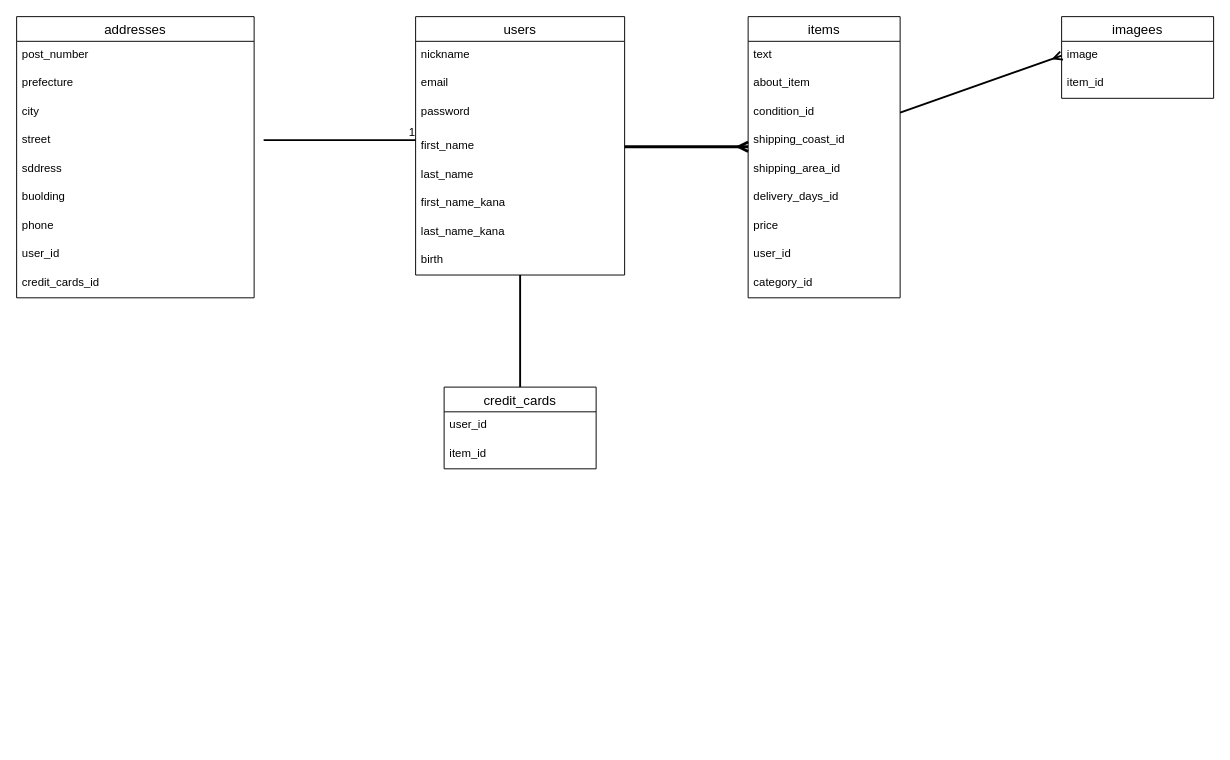
hugele/furima-3798 keeps this draw.io diagram as app/views/test.dio. Above is the earlier version. Source tidied: cells renumbered, new cells numbered last; positions are measured from the earlier drawing's top-left corner, leaving out a move shared by most shapes. Both pictures are drawn from the tidied source at 95%, with x=0, y=0 at pixel (16, 16).
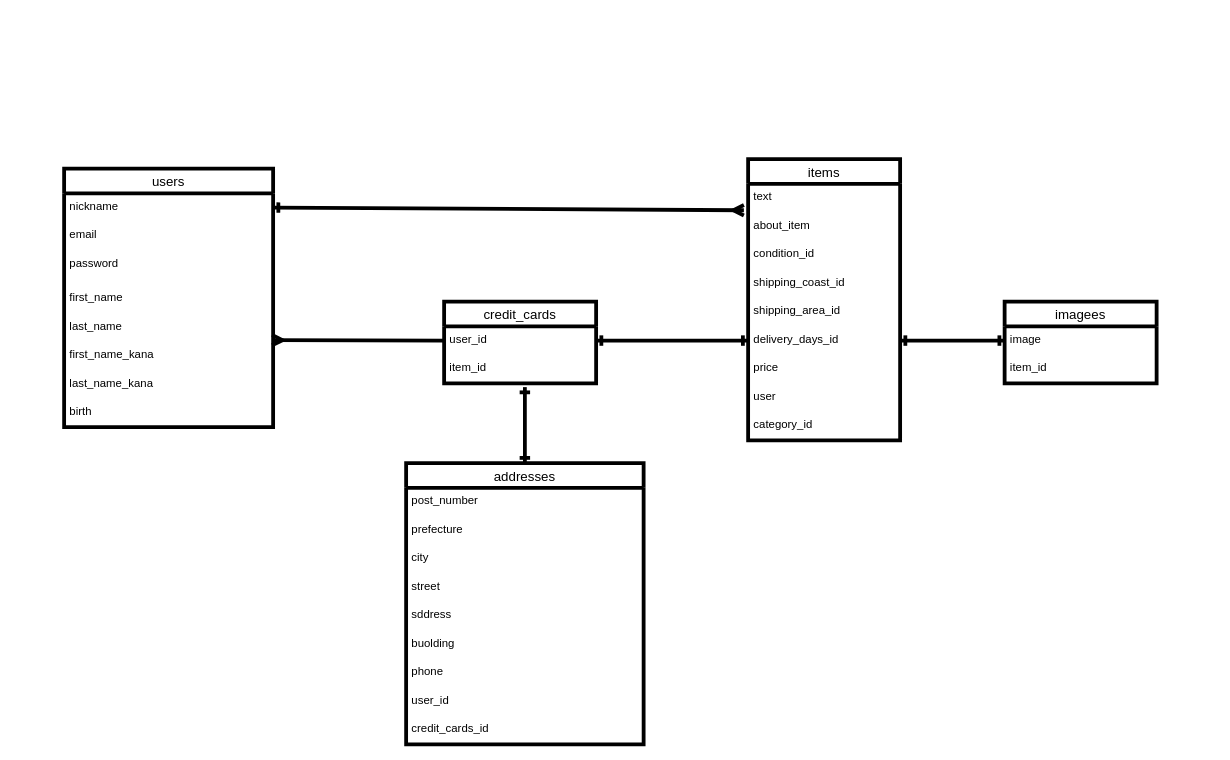
The same diagram, later.

Commit message (it also covers changes not shown here):
データベースの修正

The edit, as a diff of the source:
```diff
@@
+    <mxCell id="42" style="edgeStyle=none;html=1;exitX=0.5;exitY=0;exitDx=0;exitDy=0;endArrow=ERone;endFill=0;startArrow=ERone;startFill=0;strokeWidth=4;" parent="1" edge="1" source="2">
+      <mxGeometry relative="1" as="geometry">
+        <mxPoint x="535" y="390" as="targetPoint" />
+      </mxGeometry>
+    </mxCell>
-    <mxCell id="2" value="addresses" style="swimlane;fontStyle=0;horizontal=1;startSize=26;align=center;fontSize=14;" parent="1" vertex="1">
-      <mxGeometry width="250" height="296" as="geometry" />
+    <mxCell id="2" value="addresses" style="swimlane;fontStyle=0;horizontal=1;startSize=26;align=center;fontSize=14;strokeWidth=4;" parent="1" vertex="1">
+      <mxGeometry x="410" y="470" width="250" height="296" as="geometry" />
     </mxCell>
-    <mxCell id="3" value="post_number" style="text;strokeColor=none;fillColor=none;spacingLeft=4;spacingRight=4;overflow=hidden;fontSize=12;" parent="2" vertex="1">
+    <mxCell id="3" value="post_number" style="text;strokeColor=none;fillColor=none;spacingLeft=4;spacingRight=4;overflow=hidden;fontSize=12;strokeWidth=4;" parent="2" vertex="1">
       <mxGeometry y="26" width="250" height="30" as="geometry" />
     </mxCell>
-    <mxCell id="4" value="prefecture" style="text;strokeColor=none;fillColor=none;spacingLeft=4;spacingRight=4;overflow=hidden;fontSize=12;" parent="2" vertex="1">
+    <mxCell id="4" value="prefecture" style="text;strokeColor=none;fillColor=none;spacingLeft=4;spacingRight=4;overflow=hidden;fontSize=12;strokeWidth=4;" parent="2" vertex="1">
       <mxGeometry y="56" width="250" height="30" as="geometry" />
     </mxCell>
-    <mxCell id="5" value="city" style="text;strokeColor=none;fillColor=none;spacingLeft=4;spacingRight=4;overflow=hidden;fontSize=12;" parent="2" vertex="1">
+    <mxCell id="5" value="city" style="text;strokeColor=none;fillColor=none;spacingLeft=4;spacingRight=4;overflow=hidden;fontSize=12;strokeWidth=4;" parent="2" vertex="1">
       <mxGeometry y="86" width="250" height="30" as="geometry" />
     </mxCell>
-    <mxCell id="6" value="street" style="text;strokeColor=none;fillColor=none;spacingLeft=4;spacingRight=4;overflow=hidden;fontSize=12;" parent="2" vertex="1">
+    <mxCell id="6" value="street" style="text;strokeColor=none;fillColor=none;spacingLeft=4;spacingRight=4;overflow=hidden;fontSize=12;strokeWidth=4;" parent="2" vertex="1">
       <mxGeometry y="116" width="250" height="30" as="geometry" />
     </mxCell>
-    <mxCell id="7" value="sddress" style="text;strokeColor=none;fillColor=none;spacingLeft=4;spacingRight=4;overflow=hidden;fontSize=12;" parent="2" vertex="1">
+    <mxCell id="7" value="sddress" style="text;strokeColor=none;fillColor=none;spacingLeft=4;spacingRight=4;overflow=hidden;fontSize=12;strokeWidth=4;" parent="2" vertex="1">
       <mxGeometry y="146" width="250" height="30" as="geometry" />
     </mxCell>
-    <mxCell id="8" value="buolding" style="text;strokeColor=none;fillColor=none;spacingLeft=4;spacingRight=4;overflow=hidden;fontSize=12;" parent="2" vertex="1">
+    <mxCell id="8" value="buolding" style="text;strokeColor=none;fillColor=none;spacingLeft=4;spacingRight=4;overflow=hidden;fontSize=12;strokeWidth=4;" parent="2" vertex="1">
       <mxGeometry y="176" width="250" height="30" as="geometry" />
     </mxCell>
-    <mxCell id="9" value="phone" style="text;strokeColor=none;fillColor=none;spacingLeft=4;spacingRight=4;overflow=hidden;fontSize=12;" parent="2" vertex="1">
+    <mxCell id="9" value="phone" style="text;strokeColor=none;fillColor=none;spacingLeft=4;spacingRight=4;overflow=hidden;fontSize=12;strokeWidth=4;" parent="2" vertex="1">
       <mxGeometry y="206" width="250" height="30" as="geometry" />
     </mxCell>
-    <mxCell id="10" value="user_id" style="text;strokeColor=none;fillColor=none;spacingLeft=4;spacingRight=4;overflow=hidden;fontSize=12;" parent="2" vertex="1">
+    <mxCell id="10" value="user_id" style="text;strokeColor=none;fillColor=none;spacingLeft=4;spacingRight=4;overflow=hidden;fontSize=12;strokeWidth=4;" parent="2" vertex="1">
       <mxGeometry y="236" width="250" height="30" as="geometry" />
     </mxCell>
-    <mxCell id="11" value="credit_cards_id " style="text;strokeColor=none;fillColor=none;spacingLeft=4;spacingRight=4;overflow=hidden;fontSize=12;" parent="2" vertex="1">
+    <mxCell id="11" value="credit_cards_id " style="text;strokeColor=none;fillColor=none;spacingLeft=4;spacingRight=4;overflow=hidden;fontSize=12;strokeWidth=4;" parent="2" vertex="1">
       <mxGeometry y="266" width="250" height="30" as="geometry" />
     </mxCell>
-    <mxCell id="12" value="users" style="swimlane;fontStyle=0;horizontal=1;startSize=26;align=center;fontSize=14;" parent="1" vertex="1">
-      <mxGeometry x="420" width="220" height="272" as="geometry" />
+    <mxCell id="12" value="users" style="swimlane;fontStyle=0;horizontal=1;startSize=26;align=center;fontSize=14;strokeWidth=4;" parent="1" vertex="1">
+      <mxGeometry x="50" y="160" width="220" height="272" as="geometry" />
     </mxCell>
-    <mxCell id="13" value="nickname" style="text;strokeColor=none;fillColor=none;spacingLeft=4;spacingRight=4;overflow=hidden;points=[[0,0.5],[1,0.5]];portConstraint=eastwest;fontSize=12;" parent="12" vertex="1">
+    <mxCell id="13" value="nickname" style="text;strokeColor=none;fillColor=none;spacingLeft=4;spacingRight=4;overflow=hidden;points=[[0,0.5],[1,0.5]];portConstraint=eastwest;fontSize=12;strokeWidth=4;" parent="12" vertex="1">
       <mxGeometry y="26" width="220" height="30" as="geometry" />
     </mxCell>
-    <mxCell id="14" value="email" style="text;strokeColor=none;fillColor=none;spacingLeft=4;spacingRight=4;overflow=hidden;fontSize=12;" parent="12" vertex="1">
+    <mxCell id="14" value="email" style="text;strokeColor=none;fillColor=none;spacingLeft=4;spacingRight=4;overflow=hidden;fontSize=12;strokeWidth=4;" parent="12" vertex="1">
       <mxGeometry y="56" width="220" height="30" as="geometry" />
     </mxCell>
-    <mxCell id="15" value="password" style="text;strokeColor=none;fillColor=none;spacingLeft=4;spacingRight=4;overflow=hidden;fontSize=12;" parent="12" vertex="1">
+    <mxCell id="15" value="password" style="text;strokeColor=none;fillColor=none;spacingLeft=4;spacingRight=4;overflow=hidden;fontSize=12;strokeWidth=4;" parent="12" vertex="1">
       <mxGeometry y="86" width="220" height="36" as="geometry" />
     </mxCell>
-    <mxCell id="16" value="first_name" style="text;strokeColor=none;fillColor=none;spacingLeft=4;spacingRight=4;overflow=hidden;points=[[0,0.5],[1,0.5]];portConstraint=eastwest;fontSize=12;" parent="12" vertex="1">
+    <mxCell id="16" value="first_name" style="text;strokeColor=none;fillColor=none;spacingLeft=4;spacingRight=4;overflow=hidden;points=[[0,0.5],[1,0.5]];portConstraint=eastwest;fontSize=12;strokeWidth=4;" parent="12" vertex="1">
       <mxGeometry y="122" width="220" height="30" as="geometry" />
     </mxCell>
-    <mxCell id="17" value="last_name" style="text;strokeColor=none;fillColor=none;spacingLeft=4;spacingRight=4;overflow=hidden;fontSize=12;" parent="12" vertex="1">
+    <mxCell id="17" value="last_name" style="text;strokeColor=none;fillColor=none;spacingLeft=4;spacingRight=4;overflow=hidden;fontSize=12;strokeWidth=4;" parent="12" vertex="1">
       <mxGeometry y="152" width="220" height="30" as="geometry" />
     </mxCell>
-    <mxCell id="18" value="first_name_kana" style="text;strokeColor=none;fillColor=none;spacingLeft=4;spacingRight=4;overflow=hidden;points=[[0,0.5],[1,0.5]];portConstraint=eastwest;fontSize=12;" parent="12" vertex="1">
+    <mxCell id="18" value="first_name_kana" style="text;strokeColor=none;fillColor=none;spacingLeft=4;spacingRight=4;overflow=hidden;points=[[0,0.5],[1,0.5]];portConstraint=eastwest;fontSize=12;strokeWidth=4;" parent="12" vertex="1">
       <mxGeometry y="182" width="220" height="30" as="geometry" />
     </mxCell>
-    <mxCell id="19" value="last_name_kana" style="text;strokeColor=none;fillColor=none;spacingLeft=4;spacingRight=4;overflow=hidden;fontSize=12;" parent="12" vertex="1">
+    <mxCell id="19" value="last_name_kana" style="text;strokeColor=none;fillColor=none;spacingLeft=4;spacingRight=4;overflow=hidden;fontSize=12;strokeWidth=4;" parent="12" vertex="1">
       <mxGeometry y="212" width="220" height="30" as="geometry" />
     </mxCell>
-    <mxCell id="20" value="birth" style="text;strokeColor=none;fillColor=none;spacingLeft=4;spacingRight=4;overflow=hidden;points=[[0,0.5],[1,0.5]];portConstraint=eastwest;fontSize=12;" parent="12" vertex="1">
+    <mxCell id="20" value="birth" style="text;strokeColor=none;fillColor=none;spacingLeft=4;spacingRight=4;overflow=hidden;points=[[0,0.5],[1,0.5]];portConstraint=eastwest;fontSize=12;strokeWidth=4;" parent="12" vertex="1">
       <mxGeometry y="242" width="220" height="30" as="geometry" />
     </mxCell>
-    <mxCell id="21" value="items" style="swimlane;fontStyle=0;horizontal=1;startSize=26;align=center;fontSize=14;" parent="1" vertex="1">
-      <mxGeometry x="770" width="160" height="296" as="geometry" />
+    <mxCell id="21" value="items" style="swimlane;fontStyle=0;horizontal=1;startSize=26;align=center;fontSize=14;strokeWidth=4;" parent="1" vertex="1">
+      <mxGeometry x="770" y="150" width="160" height="296" as="geometry" />
     </mxCell>
-    <mxCell id="22" value="text" style="text;strokeColor=none;fillColor=none;spacingLeft=4;spacingRight=4;overflow=hidden;points=[[0,0.5],[1,0.5]];portConstraint=eastwest;fontSize=12;" parent="21" vertex="1">
+    <mxCell id="22" value="text" style="text;strokeColor=none;fillColor=none;spacingLeft=4;spacingRight=4;overflow=hidden;points=[[0,0.5],[1,0.5]];portConstraint=eastwest;fontSize=12;strokeWidth=4;" parent="21" vertex="1">
       <mxGeometry y="26" width="160" height="30" as="geometry" />
     </mxCell>
-    <mxCell id="23" value="about_item" style="text;strokeColor=none;fillColor=none;spacingLeft=4;spacingRight=4;overflow=hidden;fontSize=12;" parent="21" vertex="1">
+    <mxCell id="23" value="about_item" style="text;strokeColor=none;fillColor=none;spacingLeft=4;spacingRight=4;overflow=hidden;fontSize=12;strokeWidth=4;" parent="21" vertex="1">
       <mxGeometry y="56" width="160" height="30" as="geometry" />
     </mxCell>
-    <mxCell id="24" value="condition_id" style="text;strokeColor=none;fillColor=none;spacingLeft=4;spacingRight=4;overflow=hidden;points=[[0,0.5],[1,0.5]];portConstraint=eastwest;fontSize=12;" parent="21" vertex="1">
+    <mxCell id="24" value="condition_id" style="text;strokeColor=none;fillColor=none;spacingLeft=4;spacingRight=4;overflow=hidden;points=[[0,0.5],[1,0.5]];portConstraint=eastwest;fontSize=12;strokeWidth=4;" parent="21" vertex="1">
       <mxGeometry y="86" width="160" height="30" as="geometry" />
     </mxCell>
-    <mxCell id="25" value="shipping_coast_id" style="text;strokeColor=none;fillColor=none;spacingLeft=4;spacingRight=4;overflow=hidden;points=[[0,0.5],[1,0.5]];portConstraint=eastwest;fontSize=12;" parent="21" vertex="1">
+    <mxCell id="25" value="shipping_coast_id" style="text;strokeColor=none;fillColor=none;spacingLeft=4;spacingRight=4;overflow=hidden;points=[[0,0.5],[1,0.5]];portConstraint=eastwest;fontSize=12;strokeWidth=4;" parent="21" vertex="1">
       <mxGeometry y="116" width="160" height="30" as="geometry" />
     </mxCell>
-    <mxCell id="26" value="shipping_area_id" style="text;strokeColor=none;fillColor=none;spacingLeft=4;spacingRight=4;overflow=hidden;fontSize=12;" parent="21" vertex="1">
+    <mxCell id="26" value="shipping_area_id" style="text;strokeColor=none;fillColor=none;spacingLeft=4;spacingRight=4;overflow=hidden;fontSize=12;strokeWidth=4;" parent="21" vertex="1">
       <mxGeometry y="146" width="160" height="30" as="geometry" />
     </mxCell>
-    <mxCell id="27" value="delivery_days_id" style="text;strokeColor=none;fillColor=none;spacingLeft=4;spacingRight=4;overflow=hidden;points=[[0,0.5],[1,0.5]];portConstraint=eastwest;fontSize=12;" parent="21" vertex="1">
+    <mxCell id="27" value="delivery_days_id" style="text;strokeColor=none;fillColor=none;spacingLeft=4;spacingRight=4;overflow=hidden;points=[[0,0.5],[1,0.5]];portConstraint=eastwest;fontSize=12;strokeWidth=4;" parent="21" vertex="1">
       <mxGeometry y="176" width="160" height="30" as="geometry" />
     </mxCell>
-    <mxCell id="28" value="price" style="text;strokeColor=none;fillColor=none;spacingLeft=4;spacingRight=4;overflow=hidden;fontSize=12;" parent="21" vertex="1">
+    <mxCell id="28" value="price" style="text;strokeColor=none;fillColor=none;spacingLeft=4;spacingRight=4;overflow=hidden;fontSize=12;strokeWidth=4;" parent="21" vertex="1">
       <mxGeometry y="206" width="160" height="30" as="geometry" />
     </mxCell>
-    <mxCell id="29" value="user_id" style="text;strokeColor=none;fillColor=none;spacingLeft=4;spacingRight=4;overflow=hidden;fontSize=12;" parent="21" vertex="1">
+    <mxCell id="29" value="user" style="text;strokeColor=none;fillColor=none;spacingLeft=4;spacingRight=4;overflow=hidden;fontSize=12;strokeWidth=4;" parent="21" vertex="1">
       <mxGeometry y="236" width="160" height="30" as="geometry" />
     </mxCell>
-    <mxCell id="30" value="category_id" style="text;strokeColor=none;fillColor=none;spacingLeft=4;spacingRight=4;overflow=hidden;fontSize=12;" parent="21" vertex="1">
+    <mxCell id="30" value="category_id" style="text;strokeColor=none;fillColor=none;spacingLeft=4;spacingRight=4;overflow=hidden;fontSize=12;strokeWidth=4;" parent="21" vertex="1">
       <mxGeometry y="266" width="160" height="30" as="geometry" />
     </mxCell>
-    <mxCell id="31" style="edgeStyle=none;html=1;endArrow=none;endFill=0;strokeWidth=2;" parent="1" edge="1" source="32" target="20">
-      <mxGeometry relative="1" as="geometry" />
-    </mxCell>
-    <mxCell id="32" value="credit_cards" style="swimlane;fontStyle=0;horizontal=1;startSize=26;align=center;fontSize=14;" parent="1" vertex="1">
-      <mxGeometry x="450" y="390" width="160" height="86" as="geometry" />
+    <mxCell id="32" value="credit_cards" style="swimlane;fontStyle=0;horizontal=1;startSize=26;align=center;fontSize=14;strokeWidth=4;" parent="1" vertex="1">
+      <mxGeometry x="450" y="300" width="160" height="86" as="geometry" />
     </mxCell>
-    <mxCell id="33" value="user_id" style="text;strokeColor=none;fillColor=none;spacingLeft=4;spacingRight=4;overflow=hidden;points=[[0,0.5],[1,0.5]];portConstraint=eastwest;fontSize=12;" parent="32" vertex="1">
+    <mxCell id="33" value="user_id" style="text;strokeColor=none;fillColor=none;spacingLeft=4;spacingRight=4;overflow=hidden;points=[[0,0.5],[1,0.5]];portConstraint=eastwest;fontSize=12;strokeWidth=4;" parent="32" vertex="1">
       <mxGeometry y="26" width="160" height="30" as="geometry" />
     </mxCell>
-    <mxCell id="34" value="item_id" style="text;strokeColor=none;fillColor=none;spacingLeft=4;spacingRight=4;overflow=hidden;fontSize=12;" parent="32" vertex="1">
+    <mxCell id="34" value="item_id" style="text;strokeColor=none;fillColor=none;spacingLeft=4;spacingRight=4;overflow=hidden;fontSize=12;strokeWidth=4;" parent="32" vertex="1">
       <mxGeometry y="56" width="160" height="30" as="geometry" />
     </mxCell>
-    <mxCell id="35" value="imagees" style="swimlane;fontStyle=0;horizontal=1;startSize=26;align=center;fontSize=14;" parent="1" vertex="1">
-      <mxGeometry x="1100" width="160" height="86" as="geometry" />
+    <mxCell id="35" value="imagees" style="swimlane;fontStyle=0;horizontal=1;startSize=26;align=center;fontSize=14;strokeWidth=4;" parent="1" vertex="1">
+      <mxGeometry x="1040" y="300" width="160" height="86" as="geometry" />
     </mxCell>
-    <mxCell id="36" value="image" style="text;strokeColor=none;fillColor=none;spacingLeft=4;spacingRight=4;overflow=hidden;points=[[0,0.5],[1,0.5]];portConstraint=eastwest;fontSize=12;" parent="35" vertex="1">
+    <mxCell id="36" value="image" style="text;strokeColor=none;fillColor=none;spacingLeft=4;spacingRight=4;overflow=hidden;points=[[0,0.5],[1,0.5]];portConstraint=eastwest;fontSize=12;strokeWidth=4;" parent="35" vertex="1">
       <mxGeometry y="26" width="160" height="30" as="geometry" />
     </mxCell>
-    <mxCell id="37" value="item_id" style="text;strokeColor=none;fillColor=none;spacingLeft=4;spacingRight=4;overflow=hidden;fontSize=12;" parent="35" vertex="1">
+    <mxCell id="37" value="item_id" style="text;strokeColor=none;fillColor=none;spacingLeft=4;spacingRight=4;overflow=hidden;fontSize=12;strokeWidth=4;" parent="35" vertex="1">
       <mxGeometry y="56" width="160" height="30" as="geometry" />
     </mxCell>
-    <mxCell id="38" style="edgeStyle=none;html=1;exitX=1;exitY=0.5;exitDx=0;exitDy=0;entryX=0;entryY=0.7;entryDx=0;entryDy=0;entryPerimeter=0;endArrow=ERmany;endFill=0;strokeWidth=3;" parent="1" edge="1" source="16" target="25">
-      <mxGeometry relative="1" as="geometry" />
-    </mxCell>
-    <mxCell id="39" style="endArrow=none;html=1;rounded=0;strokeWidth=2;" parent="1" edge="1">
-      <mxGeometry relative="1" as="geometry">
-        <mxPoint x="260" y="130" as="sourcePoint" />
-        <mxPoint x="420" y="130" as="targetPoint" />
-      </mxGeometry>
-    </mxCell>
-    <mxCell id="40" value="1" style="html=1;align=right;verticalAlign=bottom;" parent="39" vertex="1">
-      <mxGeometry x="1" relative="1" as="geometry" />
-    </mxCell>
-    <mxCell id="41" style="edgeStyle=none;html=1;exitX=1;exitY=0.5;exitDx=0;exitDy=0;entryX=0;entryY=0.5;entryDx=0;entryDy=0;endArrow=ERmany;endFill=0;strokeWidth=2;" parent="1" edge="1" source="24" target="36">
-      <mxGeometry relative="1" as="geometry" />
-    </mxCell>
+    <mxCell id="43" style="edgeStyle=none;html=1;exitX=1;exitY=0.5;exitDx=0;exitDy=0;entryX=-0.028;entryY=0.928;entryDx=0;entryDy=0;entryPerimeter=0;endArrow=ERmany;endFill=0;startArrow=ERone;startFill=0;strokeWidth=4;" parent="1" edge="1" source="13" target="22">
+      <mxGeometry relative="1" as="geometry" />
+    </mxCell>
+    <mxCell id="44" style="edgeStyle=none;html=1;exitX=0;exitY=0.5;exitDx=0;exitDy=0;entryX=0.995;entryY=-0.05;entryDx=0;entryDy=0;entryPerimeter=0;endArrow=ERmany;endFill=0;strokeWidth=4;" parent="1" edge="1" target="18">
+      <mxGeometry relative="1" as="geometry">
+        <mxPoint x="450" y="341" as="sourcePoint" />
+      </mxGeometry>
+    </mxCell>
+    <mxCell id="45" style="edgeStyle=none;html=1;exitX=1;exitY=0.5;exitDx=0;exitDy=0;entryX=0;entryY=0.5;entryDx=0;entryDy=0;startArrow=ERone;startFill=0;endArrow=ERone;endFill=0;strokeWidth=4;" parent="1" edge="1" source="33" target="27">
+      <mxGeometry relative="1" as="geometry" />
+    </mxCell>
+    <mxCell id="46" style="edgeStyle=none;html=1;exitX=1;exitY=0.5;exitDx=0;exitDy=0;entryX=0;entryY=0.5;entryDx=0;entryDy=0;startArrow=ERone;startFill=0;endArrow=ERone;endFill=0;strokeWidth=4;" parent="1" edge="1" source="27" target="36">
+      <mxGeometry relative="1" as="geometry" />
+    </mxCell>
```
